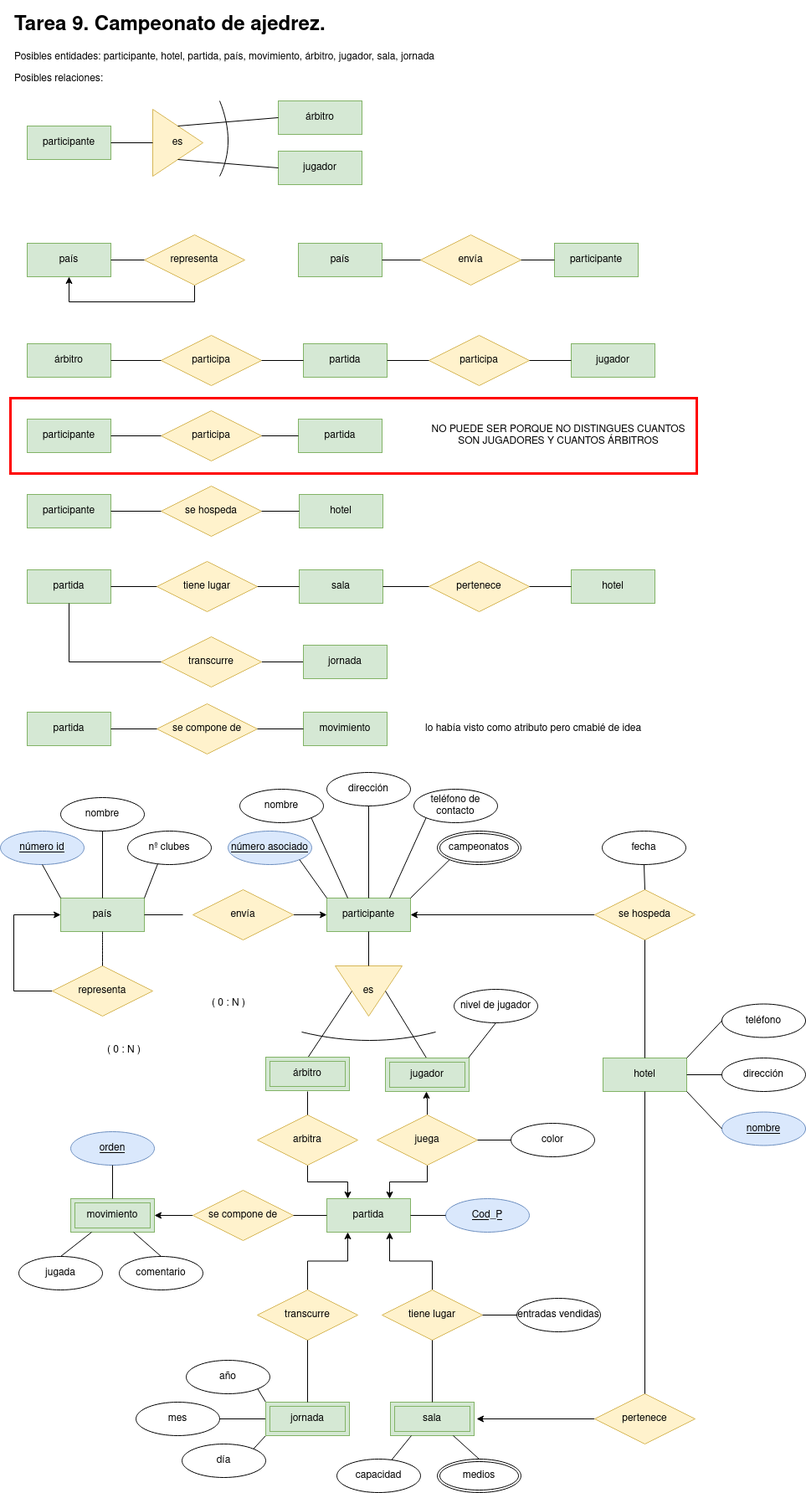
This is tarea9.png from javigh193/bae, a draw.io export, as it was before one commit. Source tidied: cells renumbered, new cells last; positions are measured from the earlier drawing's top-left corner, leaving out a move shared by most shapes.
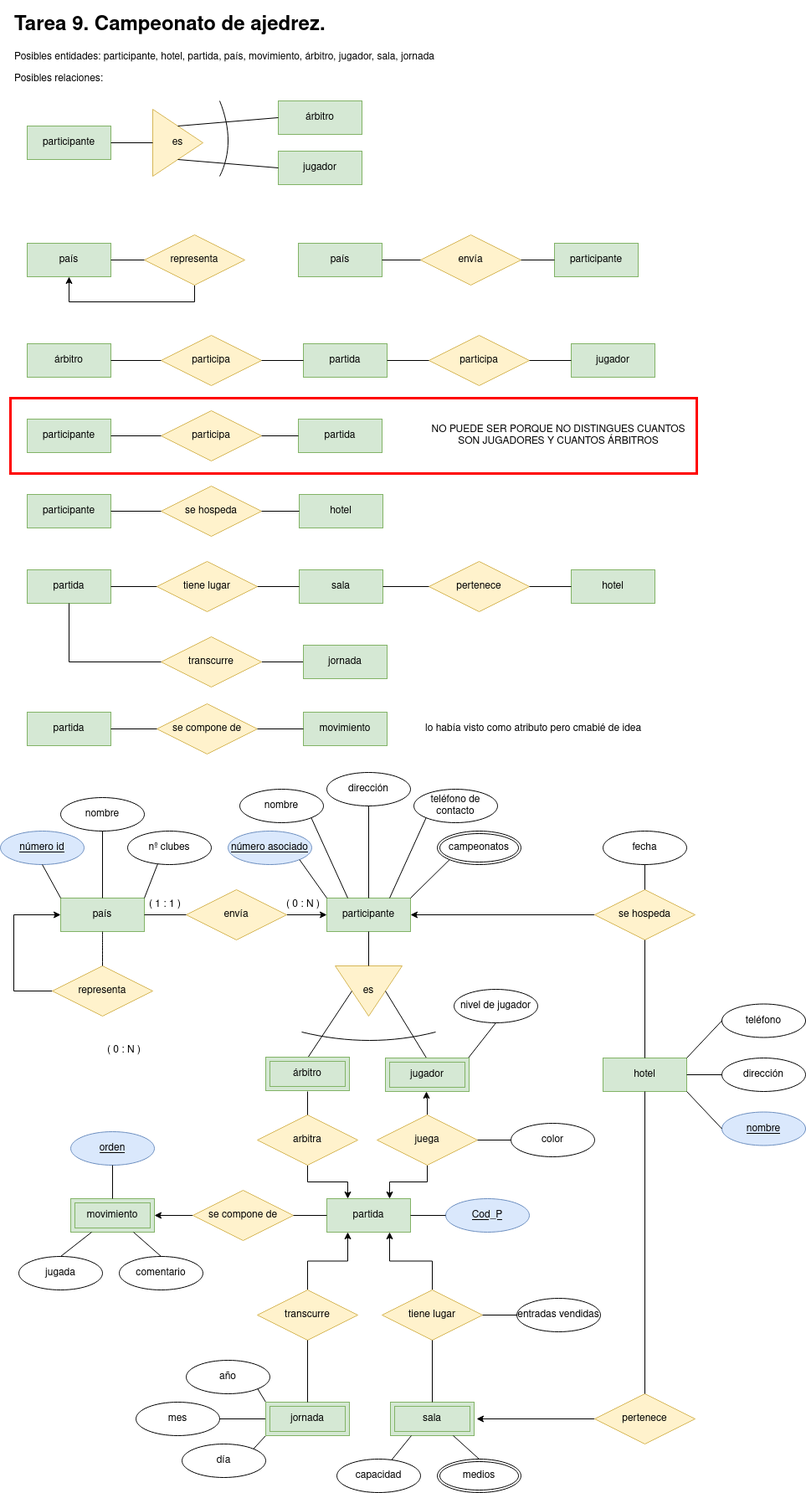
Above is the later version.

What changed in the source:
```diff
@@ -160,15 +160,13 @@
       <mxGeometry relative="1" as="geometry" />
     </mxCell>
     <mxCell id="51" value="envía" style="shape=rhombus;perimeter=rhombusPerimeter;whiteSpace=wrap;html=1;align=center;fillColor=#fff2cc;strokeColor=#d6b656;" parent="1" vertex="1">
-      <mxGeometry x="230" y="1052" width="120" height="60" as="geometry" />
+      <mxGeometry x="222" y="1052" width="120" height="60" as="geometry" />
     </mxCell>
     <mxCell id="52" value="participante" style="whiteSpace=wrap;html=1;align=center;fillColor=#d5e8d4;strokeColor=#82b366;" parent="1" vertex="1">
       <mxGeometry x="390" y="1062" width="100" height="40" as="geometry" />
     </mxCell>
-    <mxCell id="53" style="endArrow=none;html=1;rounded=0;exitX=1;exitY=0.5;exitDx=0;exitDy=0;entryX=0;entryY=0.5;entryDx=0;entryDy=0;" parent="1" edge="1" source="49">
-      <mxGeometry relative="1" as="geometry">
-        <mxPoint x="218" y="1082" as="targetPoint" />
-      </mxGeometry>
+    <mxCell id="53" style="endArrow=none;html=1;rounded=0;exitX=1;exitY=0.5;exitDx=0;exitDy=0;entryX=0;entryY=0.5;entryDx=0;entryDy=0;" parent="1" edge="1" source="49" target="51">
+      <mxGeometry relative="1" as="geometry" />
     </mxCell>
     <mxCell id="54" value="es" style="triangle;whiteSpace=wrap;html=1;fillColor=#fff2cc;strokeColor=#d6b656;direction=south;" parent="1" vertex="1">
       <mxGeometry x="400" y="1143" width="80" height="60" as="geometry" />
@@ -335,7 +333,7 @@
       <mxGeometry relative="1" as="geometry" />
     </mxCell>
     <mxCell id="101" value="fecha" style="ellipse;whiteSpace=wrap;html=1;align=center;" parent="1" vertex="1">
-      <mxGeometry x="719" y="982" width="100" height="40" as="geometry" />
+      <mxGeometry x="720" y="982" width="100" height="40" as="geometry" />
     </mxCell>
     <mxCell id="102" style="endArrow=none;html=1;rounded=0;entryX=0.5;entryY=0;entryDx=0;entryDy=0;exitX=0.5;exitY=1;exitDx=0;exitDy=0;" parent="1" edge="1" source="101" target="59">
       <mxGeometry relative="1" as="geometry" />
@@ -485,10 +483,13 @@
       <mxGeometry x="122" y="1228.5" width="60" height="30" as="geometry" />
     </mxCell>
     <mxCell id="149" value="( 0 : N )" style="text;strokeColor=none;fillColor=none;spacingLeft=4;spacingRight=4;overflow=hidden;fontSize=12;" parent="1" vertex="1">
-      <mxGeometry x="247" y="1173" width="60" height="30" as="geometry" />
+      <mxGeometry x="336" y="1055" width="60" height="30" as="geometry" />
     </mxCell>
     <mxCell id="150" value="campeonatos" style="ellipse;shape=doubleEllipse;margin=3;whiteSpace=wrap;html=1;align=center;" parent="1" vertex="1">
       <mxGeometry x="522" y="982" width="100" height="40" as="geometry" />
     </mxCell>
+    <mxCell id="151" value="( 1 : 1 )" style="text;strokeColor=none;fillColor=none;spacingLeft=4;spacingRight=4;overflow=hidden;fontSize=12;" parent="1" vertex="1">
+      <mxGeometry x="172" y="1055" width="60" height="30" as="geometry" />
+    </mxCell>
   </root>
 </mxGraphModel>
```
